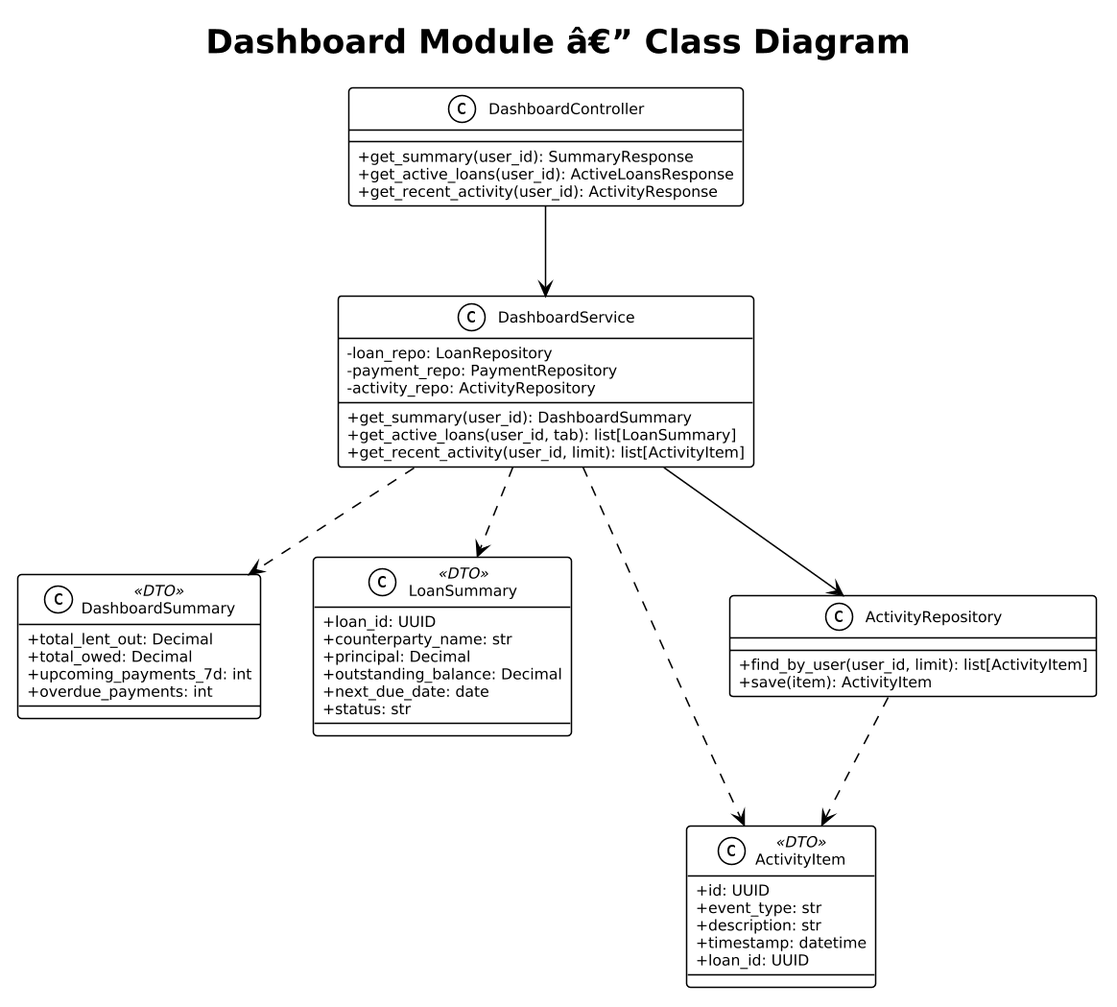
Earlier version of the PlantUML export docs/detailed-designs/diagrams/rendered/class_dashboard.png (QuinntyneBrown/LendQ). Source of this version:
```plantuml
@startuml
!theme plain
skinparam dpi 150
skinparam defaultFontSize 10
skinparam classAttributeIconSize 0

title Dashboard Module â€” Class Diagram

class DashboardController {
  +get_summary(user_id): SummaryResponse
  +get_active_loans(user_id): ActiveLoansResponse
  +get_recent_activity(user_id): ActivityResponse
}

class DashboardService {
  -loan_repo: LoanRepository
  -payment_repo: PaymentRepository
  -activity_repo: ActivityRepository
  +get_summary(user_id): DashboardSummary
  +get_active_loans(user_id, tab): list[LoanSummary]
  +get_recent_activity(user_id, limit): list[ActivityItem]
}

class DashboardSummary <<DTO>> {
  +total_lent_out: Decimal
  +total_owed: Decimal
  +upcoming_payments_7d: int
  +overdue_payments: int
}

class LoanSummary <<DTO>> {
  +loan_id: UUID
  +counterparty_name: str
  +principal: Decimal
  +outstanding_balance: Decimal
  +next_due_date: date
  +status: str
}

class ActivityItem <<DTO>> {
  +id: UUID
  +event_type: str
  +description: str
  +timestamp: datetime
  +loan_id: UUID
}

class ActivityRepository {
  +find_by_user(user_id, limit): list[ActivityItem]
  +save(item): ActivityItem
}

DashboardController --> DashboardService
DashboardService --> ActivityRepository
DashboardService ..> DashboardSummary
DashboardService ..> LoanSummary
DashboardService ..> ActivityItem
ActivityRepository ..> ActivityItem
@enduml
```
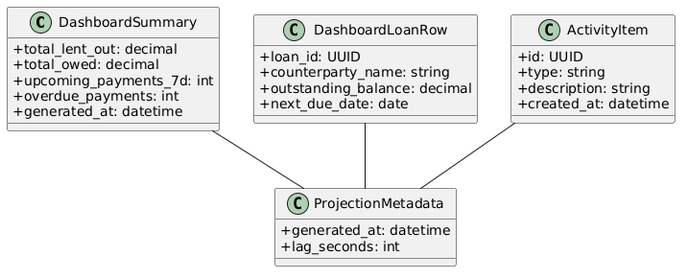
Above is the later version.

Change to the diagram source:
```diff
@@ -1,59 +1,29 @@
 @startuml
-!theme plain
-skinparam dpi 150
-skinparam defaultFontSize 10
 skinparam classAttributeIconSize 0
-
-title Dashboard Module â€” Class Diagram
-
-class DashboardController {
-  +get_summary(user_id): SummaryResponse
-  +get_active_loans(user_id): ActiveLoansResponse
-  +get_recent_activity(user_id): ActivityResponse
-}
-
-class DashboardService {
-  -loan_repo: LoanRepository
-  -payment_repo: PaymentRepository
-  -activity_repo: ActivityRepository
-  +get_summary(user_id): DashboardSummary
-  +get_active_loans(user_id, tab): list[LoanSummary]
-  +get_recent_activity(user_id, limit): list[ActivityItem]
-}
-
-class DashboardSummary <<DTO>> {
-  +total_lent_out: Decimal
-  +total_owed: Decimal
+class DashboardSummary {
+  +total_lent_out: decimal
+  +total_owed: decimal
   +upcoming_payments_7d: int
   +overdue_payments: int
+  +generated_at: datetime
 }
-
-class LoanSummary <<DTO>> {
+class DashboardLoanRow {
   +loan_id: UUID
-  +counterparty_name: str
-  +principal: Decimal
-  +outstanding_balance: Decimal
+  +counterparty_name: string
+  +outstanding_balance: decimal
   +next_due_date: date
-  +status: str
 }
-
-class ActivityItem <<DTO>> {
+class ActivityItem {
   +id: UUID
-  +event_type: str
-  +description: str
-  +timestamp: datetime
-  +loan_id: UUID
+  +type: string
+  +description: string
+  +created_at: datetime
 }
-
-class ActivityRepository {
-  +find_by_user(user_id, limit): list[ActivityItem]
-  +save(item): ActivityItem
+class ProjectionMetadata {
+  +generated_at: datetime
+  +lag_seconds: int
 }
-
-DashboardController --> DashboardService
-DashboardService --> ActivityRepository
-DashboardService ..> DashboardSummary
-DashboardService ..> LoanSummary
-DashboardService ..> ActivityItem
-ActivityRepository ..> ActivityItem
+DashboardSummary -- ProjectionMetadata
+DashboardLoanRow -- ProjectionMetadata
+ActivityItem -- ProjectionMetadata
 @enduml
```
